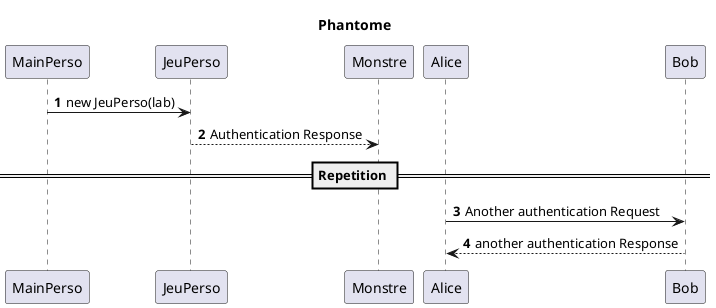
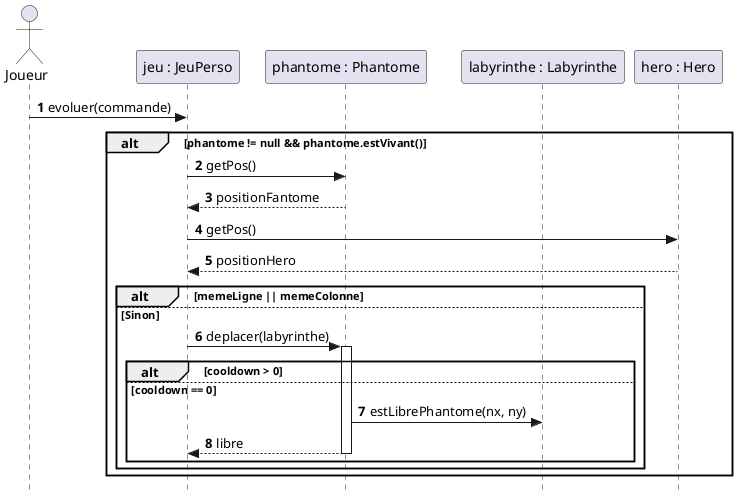
@startuml
- 'https://plantuml.com/sequence-diagram
- 
+ skinparam style strictuml
autonumber

- title: Phantome
+ actor Joueur
+ participant "jeu : JeuPerso" as JP
+ participant "phantome : Phantome" as Ph
+ participant "labyrinthe : Labyrinthe" as Lab
+ participant "hero : Hero" as H

- MainPerso -> JeuPerso: new JeuPerso(lab)
- JeuPerso --> Monstre: Authentication Response
+ Joueur -> JP : evoluer(commande)

- == Repetition ==
+ alt phantome != null && phantome.estVivant()
+     JP -> Ph : getPos()
+     return positionFantome

- Alice -> Bob: Another authentication Request
- Alice <-- Bob: another authentication Response
- @enduml+     JP -> H : getPos()
+     return positionHero
+ 
+     alt memeLigne || memeColonne
+         ' L'attaque est gérée ici sans détails
+     else Sinon
+         JP -> Ph : deplacer(labyrinthe)
+         activate Ph
+ 
+         alt cooldown > 0
+             ' cooldown--
+         else cooldown == 0
+             Ph -> Lab : estLibrePhantome(nx, ny)
+             return libre
+         end
+         deactivate Ph
+     end
+ end
+ @endum